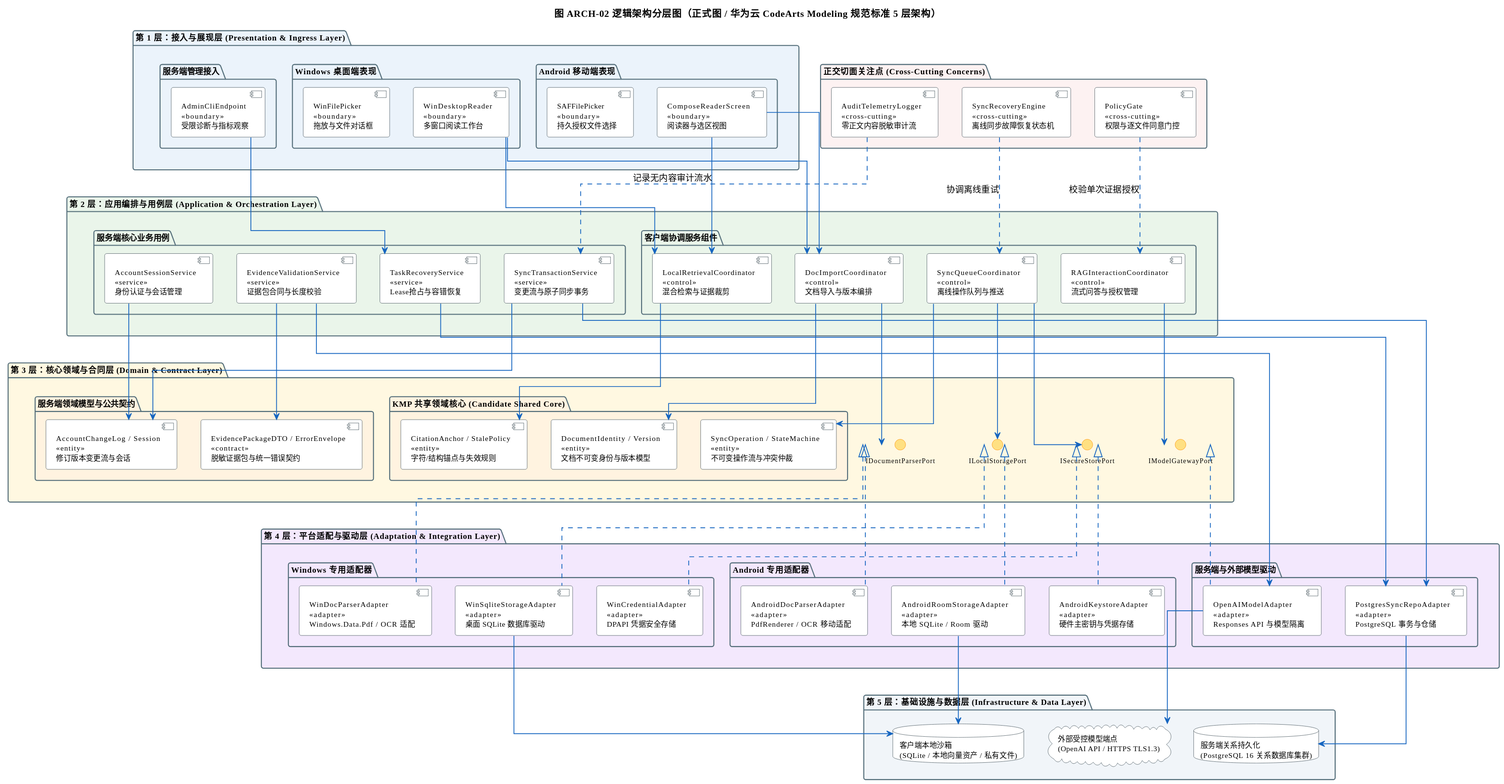
Above: docs/架构设计/阶段成果-V0.4-双端需求补充/41-架构视图与图件交付包-V1.0/导出图-SVG/ARCH-02-逻辑架构图.svg in Aut-172/Intelligent-Reader (PlantUML), before the change.
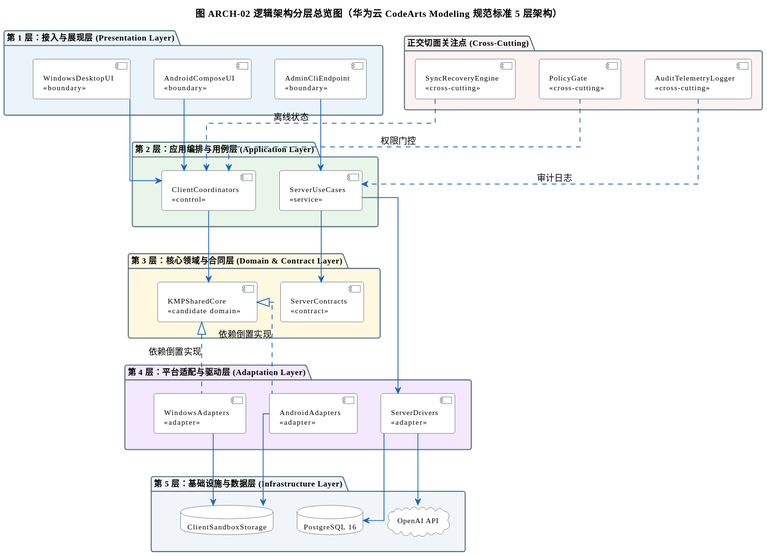
Above is the later version.

Change to the diagram source:
```diff
@@ -1,5 +1,5 @@
 @startuml
-title 图 ARCH-02 逻辑架构分层图（正式图 / 华为云 CodeArts Modeling 规范标准 5 层架构）
+title 图 ARCH-02 逻辑架构分层总览图（华为云 CodeArts Modeling 规范标准 5 层架构）
 skinparam shadowing false
 skinparam defaultFontName Microsoft YaHei
 skinparam roundCorner 6
@@ -21,12 +21,6 @@
   ArrowThickness 1.2
 }
 
-skinparam interface {
-  BackgroundColor #FFE082
-  BorderColor #FF8F00
-  FontSize 10
-}
-
 skinparam database {
   BackgroundColor #FFFFFF
   BorderColor #37474F
@@ -39,78 +33,38 @@
   FontSize 11
 }
 
-package "第 1 层：接入与展现层 (Presentation & Ingress Layer)" as L1 #EBF3FB {
-  package "Android 移动端表现" as L1_And {
-    component "ComposeReaderScreen\n<<boundary>>\n阅读器与选区视图" as UI_And_Reader
-    component "SAFFilePicker\n<<boundary>>\n持久授权文件选择" as UI_And_Picker
-  }
-  package "Windows 桌面端表现" as L1_Win {
-    component "WinDesktopReader\n<<boundary>>\n多窗口阅读工作台" as UI_Win_Reader
-    component "WinFilePicker\n<<boundary>>\n拖放与文件对话框" as UI_Win_Picker
-  }
-  package "服务端管理接入" as L1_Admin {
-    component "AdminCliEndpoint\n<<boundary>>\n受限诊断与指标观察" as UI_Admin
-  }
+package "第 1 层：接入与展现层 (Presentation Layer)" as L1 #EBF3FB {
+  component "AndroidComposeUI\n<<boundary>>" as UI_And
+  component "WindowsDesktopUI\n<<boundary>>" as UI_Win
+  component "AdminCliEndpoint\n<<boundary>>" as UI_Admin
 }
 
-package "第 2 层：应用编排与用例层 (Application & Orchestration Layer)" as L2 #EAF5EA {
-  package "客户端协调服务组件" as L2_Client {
-    component "DocImportCoordinator\n<<control>>\n文档导入与版本编排" as Coord_Import
-    component "LocalRetrievalCoordinator\n<<control>>\n混合检索与证据裁剪" as Coord_Retr
-    component "RAGInteractionCoordinator\n<<control>>\n流式问答与授权管理" as Coord_RAG
-    component "SyncQueueCoordinator\n<<control>>\n离线操作队列与推送" as Coord_Sync
-  }
-  package "服务端核心业务用例" as L2_Server {
-    component "AccountSessionService\n<<service>>\n身份认证与会话管理" as Srv_Auth
-    component "SyncTransactionService\n<<service>>\n变更流与原子同步事务" as Srv_Sync
-    component "EvidenceValidationService\n<<service>>\n证据包合同与长度校验" as Srv_AI
-    component "TaskRecoveryService\n<<service>>\nLease抢占与容错恢复" as Srv_Task
-  }
+package "第 2 层：应用编排与用例层 (Application Layer)" as L2 #EAF5EA {
+  component "ClientCoordinators\n<<control>>" as App_Client
+  component "ServerUseCases\n<<service>>" as App_Server
 }
 
 package "第 3 层：核心领域与合同层 (Domain & Contract Layer)" as L3 #FFF8E1 {
-  package "KMP 共享领域核心 (Candidate Shared Core)" as L3_Shared #FFF3E0 {
-    component "DocumentIdentity / Version\n<<entity>>\n文档不可变身份与版本模型" as Dom_Doc
-    component "CitationAnchor / StalePolicy\n<<entity>>\n字符/结构锚点与失效规则" as Dom_Cit
-    component "SyncOperation / StateMachine\n<<entity>>\n不可变操作流与冲突仲裁" as Dom_Sync
-  }
-  package "服务端领域模型与公共契约" as L3_Server #FFF3E0 {
-    component "AccountChangeLog / Session\n<<entity>>\n修订版本变更流与会话" as Dom_ChangeLog
-    component "EvidencePackageDTO / ErrorEnvelope\n<<contract>>\n脱敏证据包与统一错误契约" as Dom_DTO
-  }
-  interface "IDocumentParserPort" as Port_Parser
-  interface "ILocalStoragePort" as Port_Storage
-  interface "ISecureStorePort" as Port_Security
-  interface "IModelGatewayPort" as Port_Model
+  component "KMPSharedCore\n<<candidate domain>>" as Dom_Shared
+  component "ServerContracts\n<<contract>>" as Dom_Server
 }
 
-package "第 4 层：平台适配与驱动层 (Adaptation & Integration Layer)" as L4 #F3E8FD {
-  package "Android 专用适配器" as L4_And {
-    component "AndroidDocParserAdapter\n<<adapter>>\nPdfRenderer / OCR 移动适配" as Adp_And_Doc
-    component "AndroidKeystoreAdapter\n<<adapter>>\n硬件主密钥与凭据存储" as Adp_And_Key
-    component "AndroidRoomStorageAdapter\n<<adapter>>\n本地 SQLite / Room 驱动" as Adp_And_DB
-  }
-  package "Windows 专用适配器" as L4_Win {
-    component "WinDocParserAdapter\n<<adapter>>\nWindows.Data.Pdf / OCR 适配" as Adp_Win_Doc
-    component "WinCredentialAdapter\n<<adapter>>\nDPAPI 凭据安全存储" as Adp_Win_Key
-    component "WinSqliteStorageAdapter\n<<adapter>>\n桌面 SQLite 数据库驱动" as Adp_Win_DB
-  }
-  package "服务端与外部模型驱动" as L4_Server {
-    component "PostgresSyncRepoAdapter\n<<adapter>>\nPostgreSQL 事务与仓储" as Adp_PG_Sync
-    component "OpenAIModelAdapter\n<<adapter>>\nResponses API 与模型隔离" as Adp_OpenAI
-  }
+package "第 4 层：平台适配与驱动层 (Adaptation Layer)" as L4 #F3E8FD {
+  component "AndroidAdapters\n<<adapter>>" as Adp_And
+  component "WindowsAdapters\n<<adapter>>" as Adp_Win
+  component "ServerDrivers\n<<adapter>>" as Adp_Server
 }
 
-package "第 5 层：基础设施与数据层 (Infrastructure & Data Layer)" as L5 #F1F5F9 {
-  database "客户端本地沙箱\n(SQLite / 本地向量资产 / 私有文件)" as DB_Client
-  database "服务端关系持久化\n(PostgreSQL 16 关系数据库集群)" as DB_Server
-  cloud "外部受控模型端点\n(OpenAI API / HTTPS TLS1.3)" as Cloud_Ext
+package "第 5 层：基础设施与数据层 (Infrastructure Layer)" as L5 #F1F5F9 {
+  database "ClientSandboxStorage" as DB_Client
+  database "PostgreSQL 16" as DB_Server
+  cloud "OpenAI API" as Cloud_Ext
 }
 
-package "正交切面关注点 (Cross-Cutting Concerns)" as L_Cross #FDF2F2 {
-  component "PolicyGate\n<<cross-cutting>>\n权限与逐文件同意门控" as Cross_Policy
-  component "SyncRecoveryEngine\n<<cross-cutting>>\n离线同步故障恢复状态机" as Cross_Sync
-  component "AuditTelemetryLogger\n<<cross-cutting>>\n零正文内容脱敏审计流" as Cross_Audit
+package "正交切面关注点 (Cross-Cutting)" as L_Cross #FDF2F2 {
+  component "PolicyGate\n<<cross-cutting>>" as Cross_Policy
+  component "SyncRecoveryEngine\n<<cross-cutting>>" as Cross_Sync
+  component "AuditTelemetryLogger\n<<cross-cutting>>" as Cross_Audit
 }
 
 L1 -[hidden]down-> L2
@@ -118,42 +72,23 @@
 L3 -[hidden]down-> L4
 L4 -[hidden]down-> L5
 
-UI_And_Reader --> Coord_Import
-UI_And_Reader --> Coord_Retr
-UI_Win_Reader --> Coord_Import
-UI_Win_Reader --> Coord_Retr
-UI_Admin --> Srv_Task
+UI_And --> App_Client
+UI_Win --> App_Client
+UI_Admin --> App_Server
 
-Coord_Import --> Dom_Doc
-Coord_Import --> Port_Parser
-Coord_Retr --> Dom_Cit
-Coord_RAG --> Port_Model
-Coord_Sync --> Dom_Sync
-Coord_Sync --> Port_Storage
-Coord_Sync --> Port_Security
+App_Client --> Dom_Shared
+App_Server --> Dom_Server
 
-Srv_Auth --> Dom_ChangeLog
-Srv_Sync --> Dom_ChangeLog
-Srv_AI --> Dom_DTO
+Adp_And .up.|> Dom_Shared : 依赖倒置实现
+Adp_Win .up.|> Dom_Shared : 依赖倒置实现
+App_Server --> Adp_Server
 
-Adp_And_Doc .up.|> Port_Parser
-Adp_Win_Doc .up.|> Port_Parser
-Adp_And_DB .up.|> Port_Storage
-Adp_Win_DB .up.|> Port_Storage
-Adp_And_Key .up.|> Port_Security
-Adp_Win_Key .up.|> Port_Security
-Adp_OpenAI .up.|> Port_Model
+Adp_And --> DB_Client
+Adp_Win --> DB_Client
+Adp_Server --> DB_Server
+Adp_Server --> Cloud_Ext
 
-Srv_Sync --> Adp_PG_Sync
-Srv_Task --> Adp_PG_Sync
-Srv_AI --> Adp_OpenAI
-
-Adp_And_DB --> DB_Client
-Adp_Win_DB --> DB_Client
-Adp_PG_Sync --> DB_Server
-Adp_OpenAI --> Cloud_Ext
-
-Cross_Policy ..> Coord_RAG : 校验单次证据授权
-Cross_Sync ..> Coord_Sync : 协调离线重试
-Cross_Audit ..> Srv_Sync : 记录无内容审计流水
+Cross_Policy ..> App_Client : 权限门控
+Cross_Sync ..> App_Client : 离线状态
+Cross_Audit ..> App_Server : 审计日志
 @enduml
```
